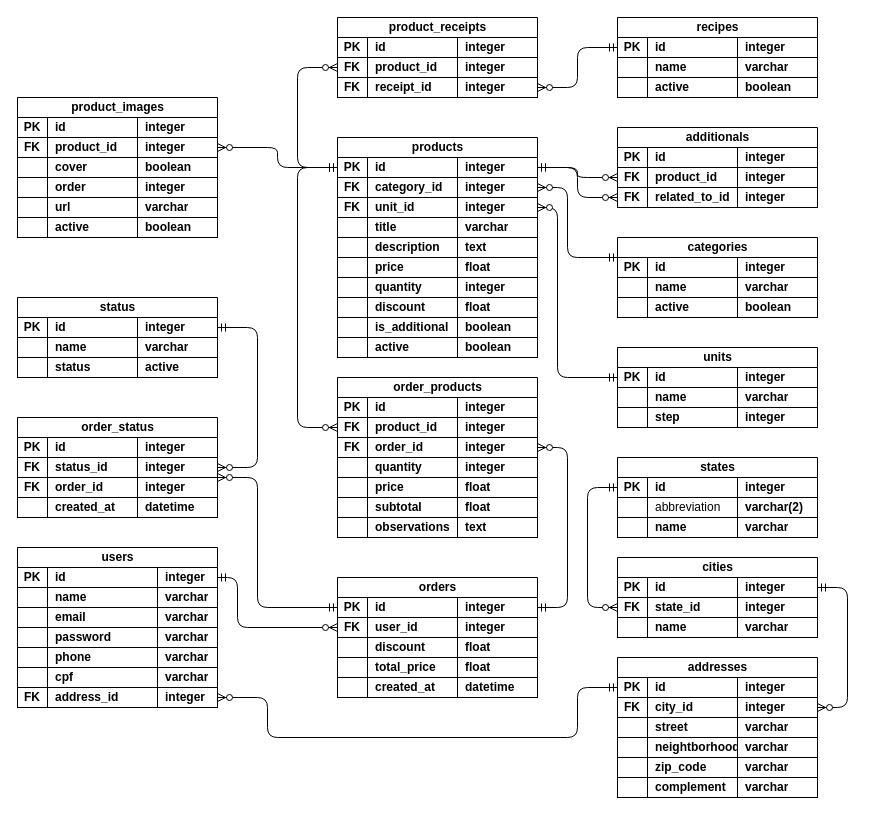
Above: database/mer/UML.drawio in univesp-pium/apprestaurantes (draw.io), before the change. Source tidied: cells renumbered, new cells numbered last; positions are measured from the earlier drawing's top-left corner, leaving out a move shared by most shapes. Both pictures are drawn from the tidied source at 100%, with x=0, y=0 at pixel (17, 17).
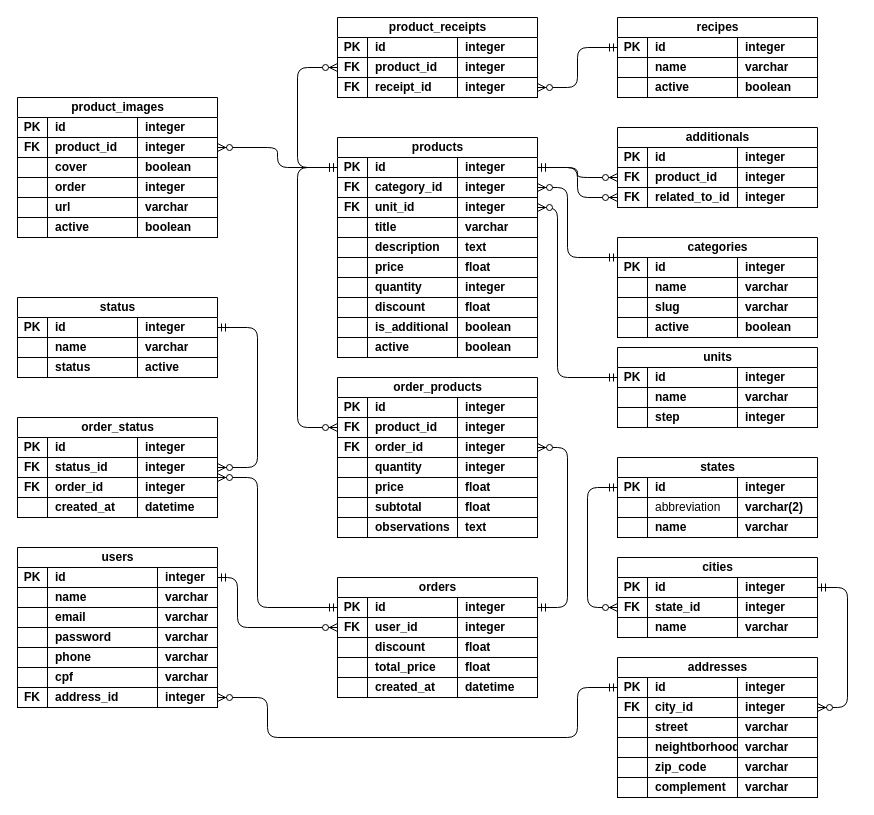
The same page after the edit.

What changed in the source:
```diff
@@
     <mxCell id="152" value="categories" style="shape=table;startSize=20;childLayout=tableLayout;rowLines=0;fontStyle=1;align=center;html=1;fontFamily=Helvetica;fontSize=12;fontColor=default;labelBackgroundColor=default;" parent="1" vertex="1">
-      <mxGeometry x="600" y="220" width="200" height="80" as="geometry" />
+      <mxGeometry x="600" y="220" width="200" height="100" as="geometry" />
     </mxCell>
@@
+    <mxCell id="308" style="shape=tableRow;horizontal=0;startSize=0;swimlaneHead=0;swimlaneBody=0;fillColor=none;top=0;left=0;right=0;bottom=1;fontFamily=Helvetica;fontSize=12;fontColor=default;labelBackgroundColor=default;" parent="152" vertex="1">
+      <mxGeometry y="60" width="200" height="20" as="geometry" />
+    </mxCell>
+    <mxCell id="309" style="shape=partialRectangle;fillColor=none;top=0;left=0;bottom=0;right=0;fontStyle=1;overflow=hidden;whiteSpace=wrap;html=1;fontFamily=Helvetica;fontSize=12;fontColor=default;labelBackgroundColor=default;" parent="308" vertex="1">
+      <mxGeometry width="30" height="20" as="geometry" />
+    </mxCell>
+    <mxCell id="310" value="slug" style="shape=partialRectangle;fillColor=none;top=0;left=0;bottom=0;right=0;align=left;spacingLeft=6;fontStyle=1;overflow=hidden;whiteSpace=wrap;html=1;fontFamily=Helvetica;fontSize=12;fontColor=default;labelBackgroundColor=default;" parent="308" vertex="1">
+      <mxGeometry x="30" width="90" height="20" as="geometry" />
+    </mxCell>
+    <mxCell id="311" value="varchar" style="shape=partialRectangle;fillColor=none;top=0;left=0;bottom=0;right=0;align=left;spacingLeft=6;fontStyle=1;overflow=hidden;whiteSpace=wrap;html=1;fontFamily=Helvetica;fontSize=12;fontColor=default;labelBackgroundColor=default;" parent="308" vertex="1">
+      <mxGeometry x="120" width="80" height="20" as="geometry" />
+    </mxCell>
     <mxCell id="161" style="shape=tableRow;horizontal=0;startSize=0;swimlaneHead=0;swimlaneBody=0;fillColor=none;top=0;left=0;right=0;bottom=1;fontFamily=Helvetica;fontSize=12;fontColor=default;labelBackgroundColor=default;" parent="152" vertex="1">
-      <mxGeometry y="60" width="200" height="20" as="geometry" />
+      <mxGeometry y="80" width="200" height="20" as="geometry" />
     </mxCell>
```
